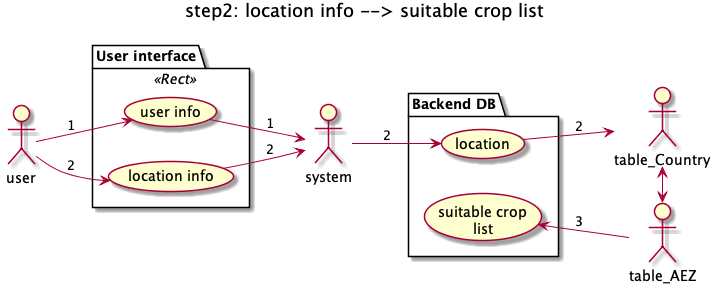
The PlantUML diagram myApp/static/ULM/step02.png in snakada1615/ifna_pwa02, before a commit.
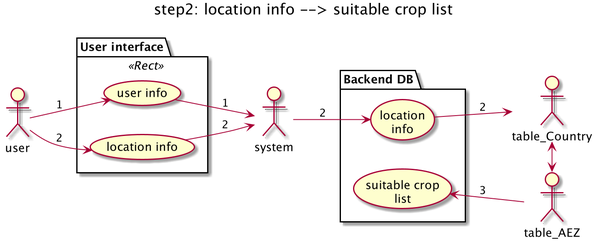
The same diagram one commit later.

The edit, as a diff of the source:
```diff
@@ -16,8 +16,8 @@
   }
 
   package "Backend DB" {
-    admin --> (location):"2"
-    (location) --> table2:"2"
+    admin --> (location \n info):"2"
+    (location \n info) --> table2:"2"
     table2 <-> table1
     (suitable crop\nlist) <-- table1:"3"
   }
```
